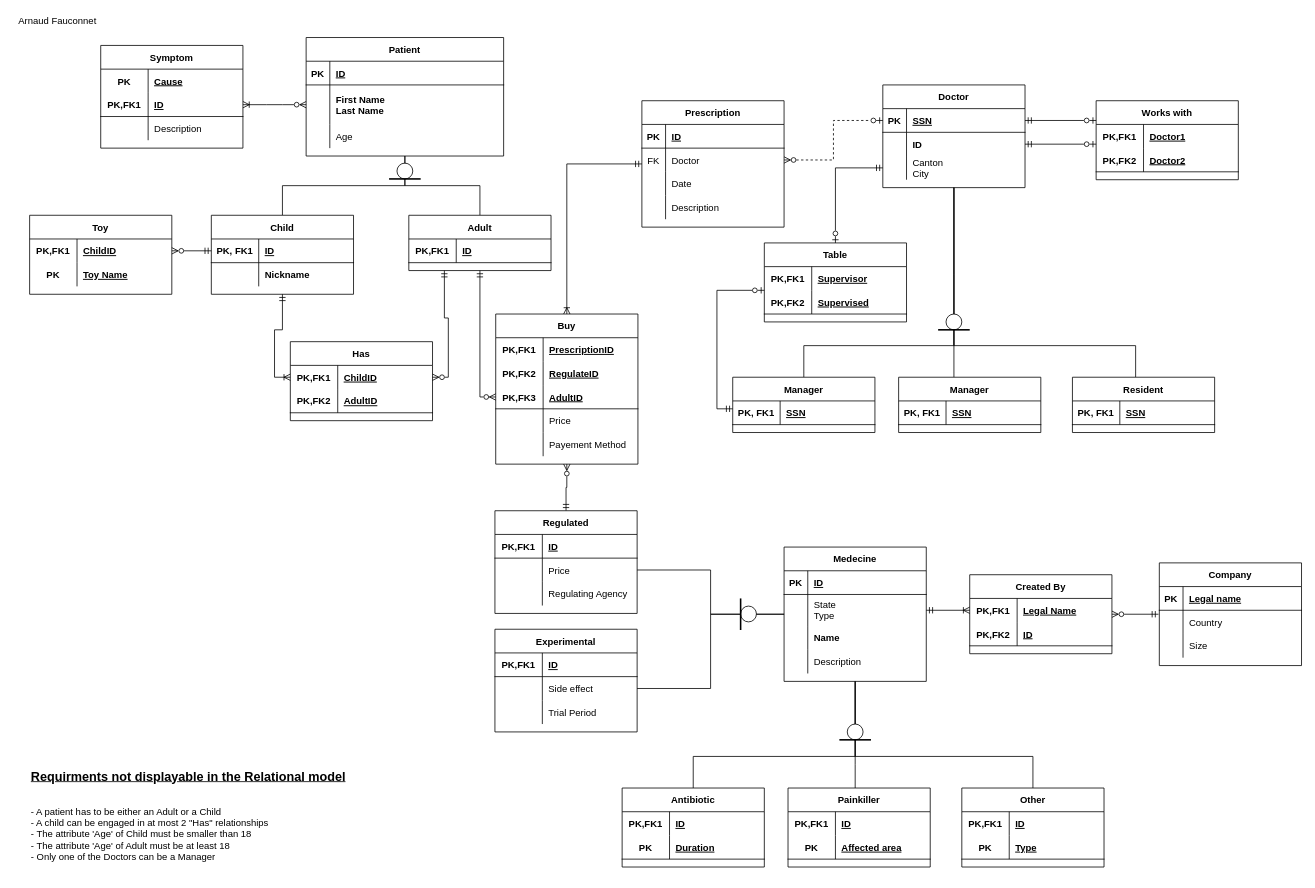
This is 02.drawio from karma-riuk/DM_Assignments, a draw.io file, before an edit. Source tidied: cells renumbered, new cells numbered last; positions are measured from the earlier drawing's top-left corner, leaving out a move shared by most shapes. Both pictures are drawn from the tidied source at 79%, with x=0, y=0 at pixel (13, 13).
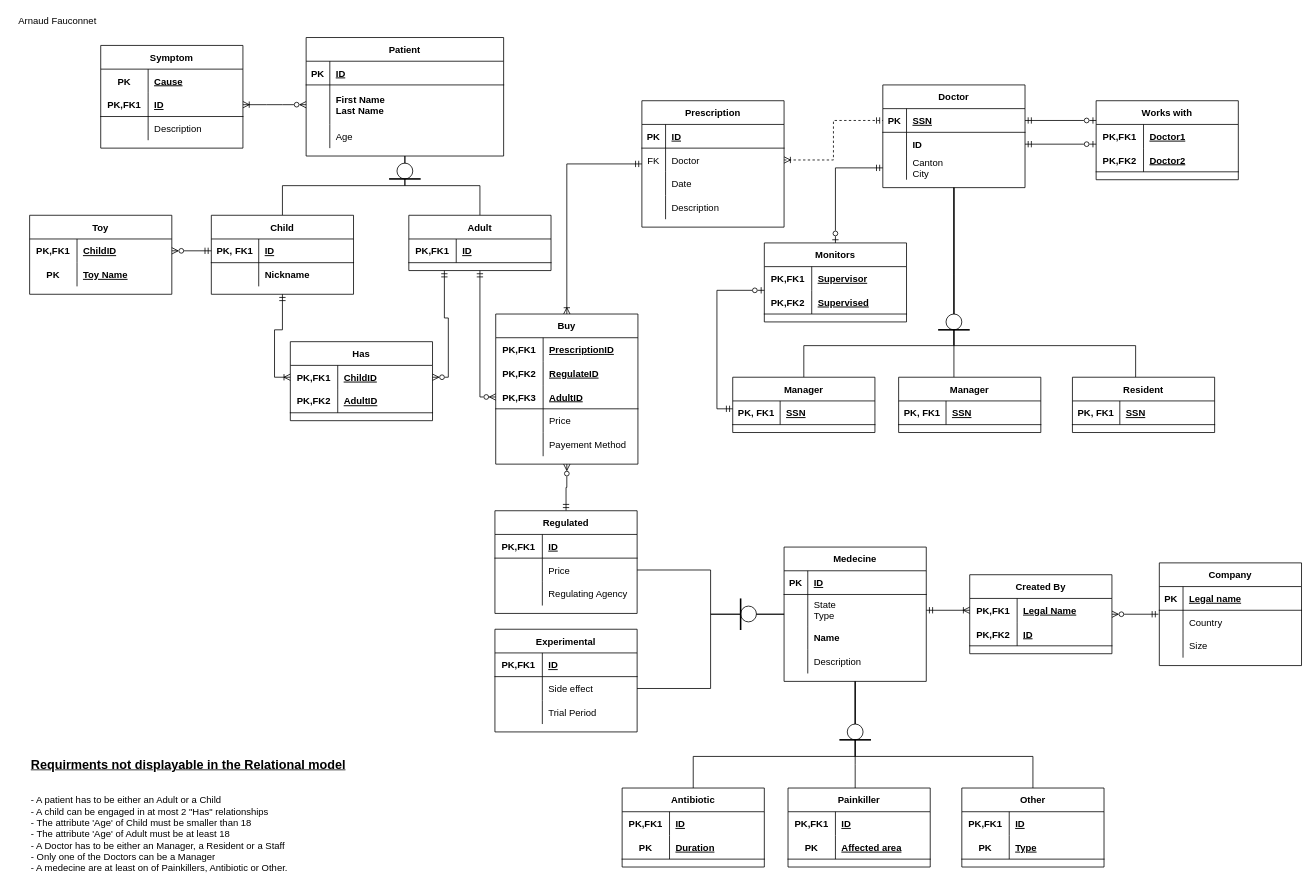
Above is the later version.

The change refers to these unchanged cells:
```xml
<mxCell id="116" style="shape=tableRow;horizontal=0;startSize=0;swimlaneHead=0;swimlaneBody=0;fillColor=none;points=[[0,0.5],[1,0.5]];portConstraint=eastwest;top=0;left=0;right=0;bottom=1;" parent="115" vertex="1">
  <mxGeometry y="30" width="180" height="30" as="geometry" />
</mxCell>
<mxCell id="152" style="shape=tableRow;horizontal=0;startSize=0;swimlaneHead=0;swimlaneBody=0;fillColor=none;points=[[0,0.5],[1,0.5]];portConstraint=eastwest;top=0;left=0;right=0;bottom=0;" parent="148" vertex="1">
  <mxGeometry y="60" width="180" height="30" as="geometry" />
</mxCell>
```

Change to the diagram source:
```diff
@@
-    <mxCell id="198" style="edgeStyle=orthogonalEdgeStyle;rounded=0;jettySize=auto;html=1;entryX=0;entryY=0.5;entryDx=0;entryDy=0;startArrow=ERzeroToMany;startFill=0;endArrow=ERzeroToOne;endFill=0;dashed=1;" parent="1" edge="1" source="152" target="116">
+    <mxCell id="198" style="edgeStyle=orthogonalEdgeStyle;rounded=0;jettySize=auto;html=1;entryX=0;entryY=0.5;entryDx=0;entryDy=0;startArrow=ERoneToMany;startFill=0;endArrow=ERmandOne;endFill=0;dashed=1;" parent="1" edge="1" source="152" target="116">
       <mxGeometry relative="1" as="geometry" />
     </mxCell>
@@
-    <mxCell id="209" value="Table" style="shape=table;startSize=30;childLayout=tableLayout;rowLines=0;fontStyle=1;align=center;" parent="1" vertex="1">
+    <mxCell id="209" value="Monitors" style="shape=table;startSize=30;childLayout=tableLayout;rowLines=0;fontStyle=1;align=center;" parent="1" vertex="1">
       <mxGeometry x="950" y="290" width="180" height="100" as="geometry" />
     </mxCell>
@@
-    <mxCell id="216" value="&lt;b style=&quot;font-size: 16px&quot;&gt;&lt;u&gt;Requirments not displayable in the Relational model&lt;br&gt;&lt;/u&gt;&lt;/b&gt;&lt;br&gt;&lt;br&gt;- A patient has to be either an Adult or a Child&lt;br&gt;- A child can be engaged in at most 2 &quot;Has&quot; relationships&lt;br&gt;- The attribute 'Age' of Child must be smaller than 18&lt;br&gt;- The attribute 'Age' of Adult must be at least 18&lt;br&gt;- Only one of the Doctors can be a Manager" style="text;html=1;align=left;verticalAlign=middle;fillColor=none;strokeColor=none;rounded=0;" parent="1" vertex="1">
-      <mxGeometry x="20" y="955" width="410" height="120" as="geometry" />
+    <mxCell id="216" value="&lt;b style=&quot;font-size: 16px&quot;&gt;&lt;u&gt;Requirments not displayable in the Relational model&lt;br&gt;&lt;/u&gt;&lt;/b&gt;&lt;br&gt;&lt;br&gt;- A patient has to be either an Adult or a Child&lt;br&gt;- A child can be engaged in at most 2 &quot;Has&quot; relationships&lt;br&gt;- The attribute 'Age' of Child must be smaller than 18&lt;br&gt;- The attribute 'Age' of Adult must be at least 18&lt;br&gt;- A Doctor has to be either an Manager, a Resident or a Staff&lt;br&gt;- Only one of the Doctors can be a Manager&lt;br&gt;- A medecine are at least on of Painkillers, Antibiotic or Other." style="text;html=1;align=left;verticalAlign=middle;fillColor=none;strokeColor=none;rounded=0;" parent="1" vertex="1">
+      <mxGeometry x="20" y="940" width="410" height="150" as="geometry" />
     </mxCell>
```
